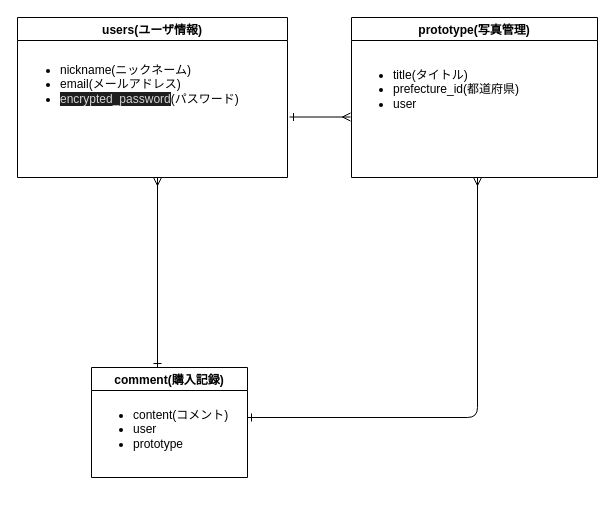
naoya1215/omoide37272 keeps this draw.io diagram as page "ER図" (1 of 2) of test.dio. Above is the earlier version. Source tidied: cells renumbered, new cells numbered last; positions are measured from the earlier drawing's top-left corner, leaving out a move shared by most shapes. Both pictures are drawn from the tidied source at 100%, with x=0, y=0 at pixel (17, 17).
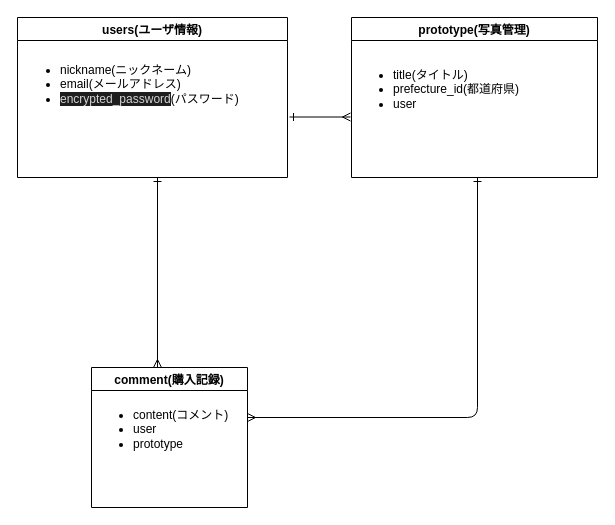
Above is the later version.

Diff of the diagram source:
```diff
@@
 <mxGraphModel>
   <root>
     <mxCell id="0" />
     <mxCell id="1" parent="0" />
     <mxCell id="2" value="users(ユーザ情報)" style="swimlane;" parent="1" vertex="1">
       <mxGeometry width="270" height="160" as="geometry" />
     </mxCell>
     <mxCell id="3" value="&lt;ul&gt;&lt;li&gt;nickname(ニックネーム)&lt;/li&gt;&lt;li&gt;email(メールアドレス)&lt;/li&gt;&lt;li&gt;&lt;span style=&quot;background-color: rgb(30 , 30 , 30) ; color: rgb(212 , 212 , 212)&quot;&gt;encrypted_password&lt;/span&gt;(パスワード)&lt;/li&gt;&lt;/ul&gt;" style="text;strokeColor=none;fillColor=none;html=1;whiteSpace=wrap;verticalAlign=middle;overflow=hidden;" parent="2" vertex="1">
       <mxGeometry x="1" y="23" width="230" height="87" as="geometry" />
     </mxCell>
     <mxCell id="4" value="prototype(写真管理)" style="swimlane;fillColor=none;" parent="1" vertex="1">
       <mxGeometry x="334" width="246" height="160" as="geometry" />
     </mxCell>
     <mxCell id="5" value="&lt;ul&gt;&lt;li&gt;title(タイトル)&lt;/li&gt;&lt;li&gt;prefecture_id(都道府県)&lt;br&gt;&lt;/li&gt;&lt;li&gt;user&lt;/li&gt;&lt;/ul&gt;" style="text;strokeColor=none;fillColor=none;html=1;whiteSpace=wrap;verticalAlign=middle;overflow=hidden;" parent="4" vertex="1">
       <mxGeometry y="23" width="230" height="97" as="geometry" />
     </mxCell>
     <mxCell id="6" value="comment(購入記録)" style="swimlane;fillColor=none;" parent="1" vertex="1">
-      <mxGeometry x="74" y="350" width="156" height="110" as="geometry" />
+      <mxGeometry x="74" y="350" width="156" height="140" as="geometry" />
     </mxCell>
     <mxCell id="7" value="&lt;ul&gt;&lt;li&gt;content(コメント)&lt;/li&gt;&lt;li&gt;user&lt;/li&gt;&lt;li&gt;prototype&lt;/li&gt;&lt;/ul&gt;" style="text;strokeColor=none;fillColor=none;html=1;whiteSpace=wrap;verticalAlign=middle;overflow=hidden;" parent="6" vertex="1">
       <mxGeometry y="23.5" width="140" height="77" as="geometry" />
     </mxCell>
     <mxCell id="8" style="edgeStyle=none;html=1;entryX=1.013;entryY=0.357;entryDx=0;entryDy=0;endArrow=ERone;endFill=0;startArrow=ERmany;startFill=0;entryPerimeter=0;" parent="1" edge="1">
       <mxGeometry relative="1" as="geometry">
         <mxPoint x="333" y="99.5" as="sourcePoint" />
         <mxPoint x="272" y="99.5" as="targetPoint" />
       </mxGeometry>
     </mxCell>
-    <mxCell id="9" style="edgeStyle=none;html=1;endArrow=ERone;endFill=0;startArrow=ERmany;startFill=0;" parent="1" edge="1">
+    <mxCell id="9" style="edgeStyle=none;html=1;endArrow=ERone;endFill=0;startArrow=ERmany;startFill=0;exitX=0.423;exitY=0;exitDx=0;exitDy=0;exitPerimeter=0;" parent="1" edge="1" source="6">
       <mxGeometry relative="1" as="geometry">
-        <mxPoint x="140" y="160" as="sourcePoint" />
-        <mxPoint x="140" y="350" as="targetPoint" />
+        <mxPoint x="140" y="160" as="targetPoint" />
       </mxGeometry>
     </mxCell>
     <mxCell id="10" style="edgeStyle=none;html=1;endArrow=ERone;endFill=0;startArrow=ERmany;startFill=0;" parent="1" edge="1">
       <mxGeometry relative="1" as="geometry">
-        <mxPoint x="460" y="160" as="sourcePoint" />
-        <mxPoint x="230" y="400" as="targetPoint" />
+        <mxPoint x="230" y="400" as="sourcePoint" />
+        <mxPoint x="460" y="160" as="targetPoint" />
         <Array as="points">
           <mxPoint x="460" y="400" />
         </Array>
       </mxGeometry>
     </mxCell>
   </root>
 </mxGraphModel>
```
